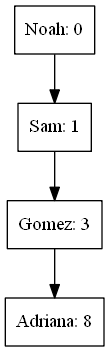
Before: ListaScoreBoard.png, a diagram exported from Graphviz (AdriGomez95/EDD_1S2020_PY1_201504236-master). Its source is kept beside it as ListaScoreBoard.dot.
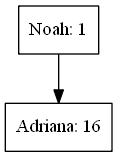
Above is the later version.

The edit, as a diff of the source:
```diff
@@ -1,6 +1,4 @@
 digraph G{
-node0[shape = record,label = "Noah: 0"];
-node1[shape = record,label = "Sam: 1"];
-node2[shape = record,label = "Gomez: 3"];
-node3[shape = record,label = "Adriana: 8"];
-node0->node1->node2->node3}
+node0[shape = record,label = "Noah: 1"];
+node1[shape = record,label = "Adriana: 16"];
+node0->node1}
```
